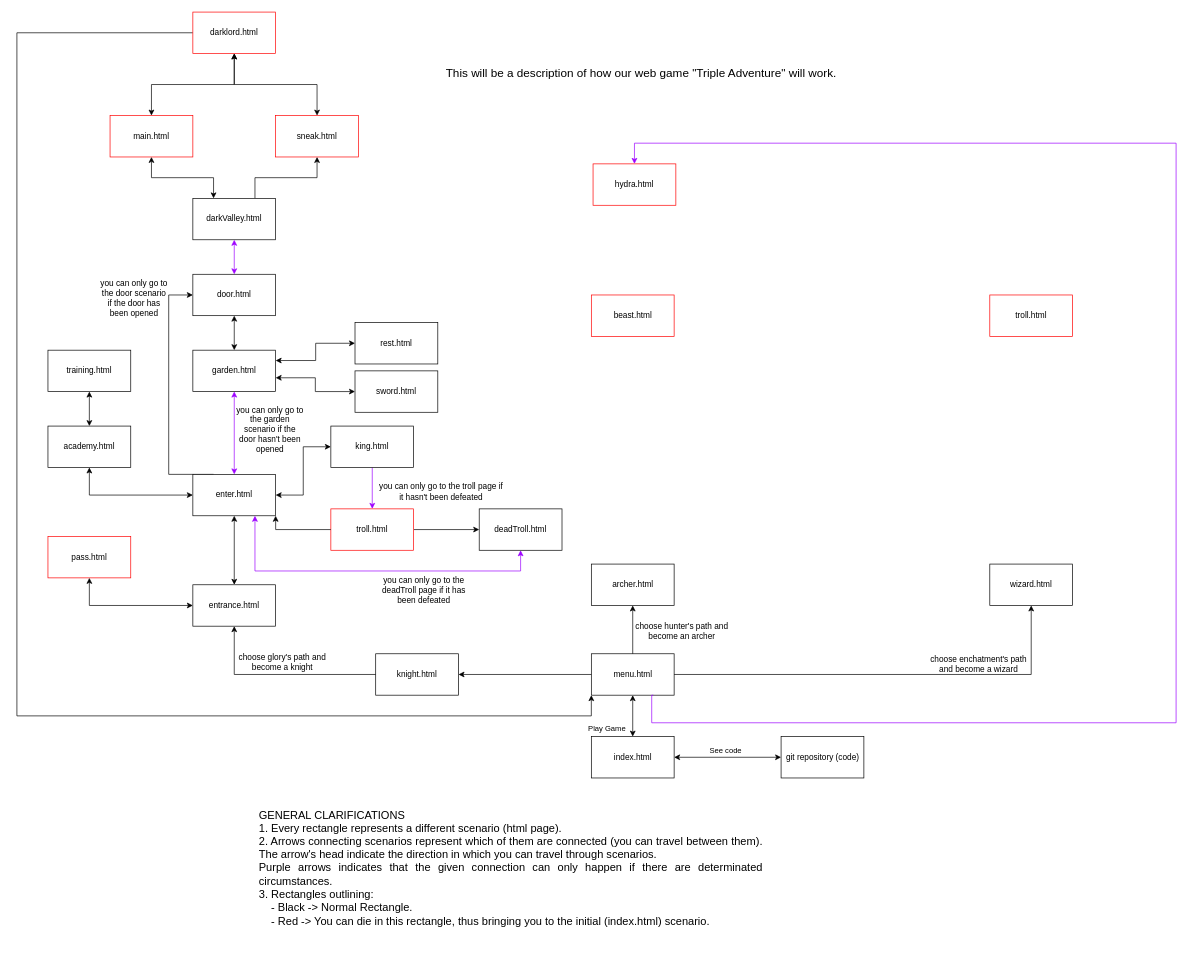
This is Diagram/GameDiagram.drawio from Enrikkk/CSCI-4208---Developing-Advanced-Web-Applications, a draw.io file, before an edit. Source tidied: cells renumbered, new cells numbered last; positions are measured from the earlier drawing's top-left corner, leaving out a move shared by most shapes. Both pictures are drawn from the tidied source at 69%, with x=0, y=0 at pixel (17, 12).
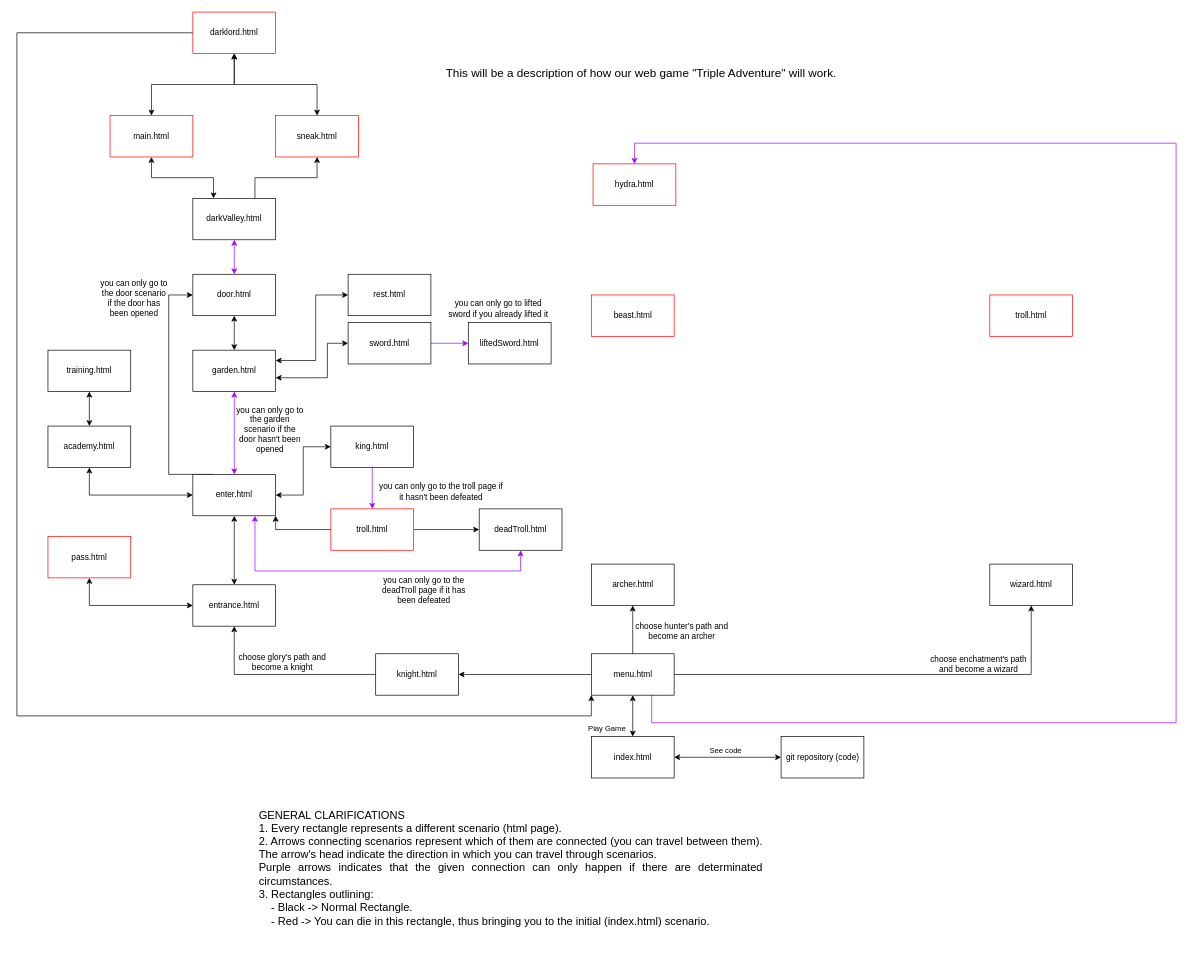
After the change.

The change refers to these unchanged cells:
```xml
<mxCell id="26" value="garden.html" style="rounded=0;whiteSpace=wrap;html=1;" parent="1" vertex="1">
  <mxGeometry x="255" y="490" width="120" height="60" as="geometry" />
</mxCell>
```

Change to the diagram source:
```diff
@@
     <mxCell id="48" style="edgeStyle=orthogonalEdgeStyle;rounded=0;jettySize=auto;html=1;entryX=0;entryY=0.5;entryDx=0;entryDy=0;startArrow=classic;startFill=1;exitX=1;exitY=0.25;exitDx=0;exitDy=0;" parent="1" edge="1" source="26" target="51">
       <mxGeometry relative="1" as="geometry">
         <Array as="points">
           <mxPoint x="433" y="505" />
-          <mxPoint x="433" y="480" />
+          <mxPoint x="433" y="410" />
         </Array>
       </mxGeometry>
     </mxCell>
@@
     <mxCell id="51" value="rest.html" style="rounded=0;whiteSpace=wrap;html=1;" parent="1" vertex="1">
-      <mxGeometry x="490" y="450" width="120" height="60" as="geometry" />
+      <mxGeometry x="480" y="380" width="120" height="60" as="geometry" />
     </mxCell>
+    <mxCell id="65" style="edgeStyle=orthogonalEdgeStyle;rounded=0;jettySize=auto;html=1;exitX=1;exitY=0.5;exitDx=0;exitDy=0;entryX=0;entryY=0.5;entryDx=0;entryDy=0;endArrow=classic;endFill=1;startArrow=none;startFill=0;strokeColor=#9D00FF;" parent="1" edge="1" source="52" target="66">
+      <mxGeometry relative="1" as="geometry" />
+    </mxCell>
     <mxCell id="52" value="sword.html" style="rounded=0;whiteSpace=wrap;html=1;" parent="1" vertex="1">
-      <mxGeometry x="490" y="520" width="120" height="60" as="geometry" />
+      <mxGeometry x="480" y="450" width="120" height="60" as="geometry" />
     </mxCell>
     <mxCell id="53" style="endArrow=classic;startArrow=classic;html=1;rounded=0;entryX=0;entryY=0.5;entryDx=0;entryDy=0;exitX=1;exitY=0.667;exitDx=0;exitDy=0;edgeStyle=orthogonalEdgeStyle;exitPerimeter=0;strokeColor=#000000;" parent="1" edge="1" source="26" target="52">
-      <mxGeometry relative="1" as="geometry" />
+      <mxGeometry relative="1" as="geometry">
+        <Array as="points">
+          <mxPoint x="450" y="530" />
+          <mxPoint x="450" y="480" />
+        </Array>
+      </mxGeometry>
     </mxCell>
@@
+    <mxCell id="66" value="liftedSword.html" style="rounded=0;whiteSpace=wrap;html=1;" parent="1" vertex="1">
+      <mxGeometry x="654.2" y="450" width="120" height="60" as="geometry" />
+    </mxCell>
+    <mxCell id="67" value="you can only go to lifted sword if you already lifted it" style="text;html=1;align=center;verticalAlign=middle;whiteSpace=wrap;rounded=0;" parent="1" vertex="1">
+      <mxGeometry x="622.2" y="400" width="152" height="60" as="geometry" />
+    </mxCell>
```
